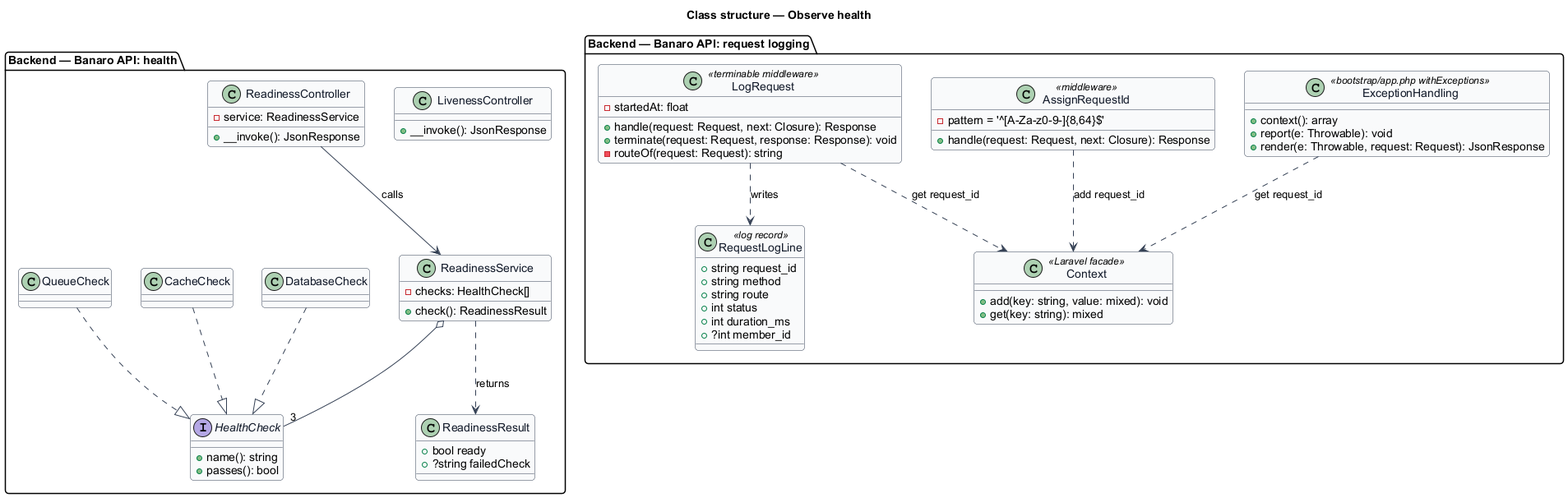
Above: docs/detailed-designs/operations/observe-health/diagrams/class-structure.png in QuinntyneBrown/banaro (PlantUML), before the change. The source it was exported from:
```plantuml
@startuml
skinparam backgroundColor #FFFFFF
skinparam shadowing false
skinparam roundcorner 8
skinparam defaultFontName Arial
skinparam ArrowColor #344054
skinparam class {
  BorderColor #344054
  FontColor #101828
  BackgroundColor #F9FAFB
}
title Class structure — Observe health

package "Backend — Banaro API: health" {
  class LivenessController {
    +__invoke(): JsonResponse
  }
  class ReadinessController {
    -service: ReadinessService
    +__invoke(): JsonResponse
  }
  class ReadinessService {
    -checks: HealthCheck[]
    +check(): ReadinessResult
  }
  class ReadinessResult {
    +bool ready
    +?string failedCheck
  }
  interface HealthCheck {
    +name(): string
    +passes(): bool
  }
  class DatabaseCheck
  class CacheCheck
  class QueueCheck
}

package "Backend — Banaro API: request logging" {
  class AssignRequestId <<middleware>> {
    -pattern = '^[A-Za-z0-9-]{8,64}$'
    +handle(request: Request, next: Closure): Response
  }
  class LogRequest <<terminable middleware>> {
    -startedAt: float
    +handle(request: Request, next: Closure): Response
    +terminate(request: Request, response: Response): void
    -routeOf(request: Request): string
  }
  class RequestLogLine <<log record>> {
    +string request_id
    +string method
    +string route
    +int status
    +int duration_ms
    +?int member_id
  }
  class ExceptionHandling <<bootstrap/app.php withExceptions>> {
    +context(): array
    +report(e: Throwable): void
    +render(e: Throwable, request: Request): JsonResponse
  }
  class Context <<Laravel facade>> {
    +add(key: string, value: mixed): void
    +get(key: string): mixed
  }
}

ReadinessController --> ReadinessService : calls
ReadinessService ..> ReadinessResult : returns
ReadinessService o-- "3" HealthCheck
DatabaseCheck ..|> HealthCheck
CacheCheck ..|> HealthCheck
QueueCheck ..|> HealthCheck
AssignRequestId ..> Context : add request_id
LogRequest ..> Context : get request_id
LogRequest ..> RequestLogLine : writes
ExceptionHandling ..> Context : get request_id
@enduml
```
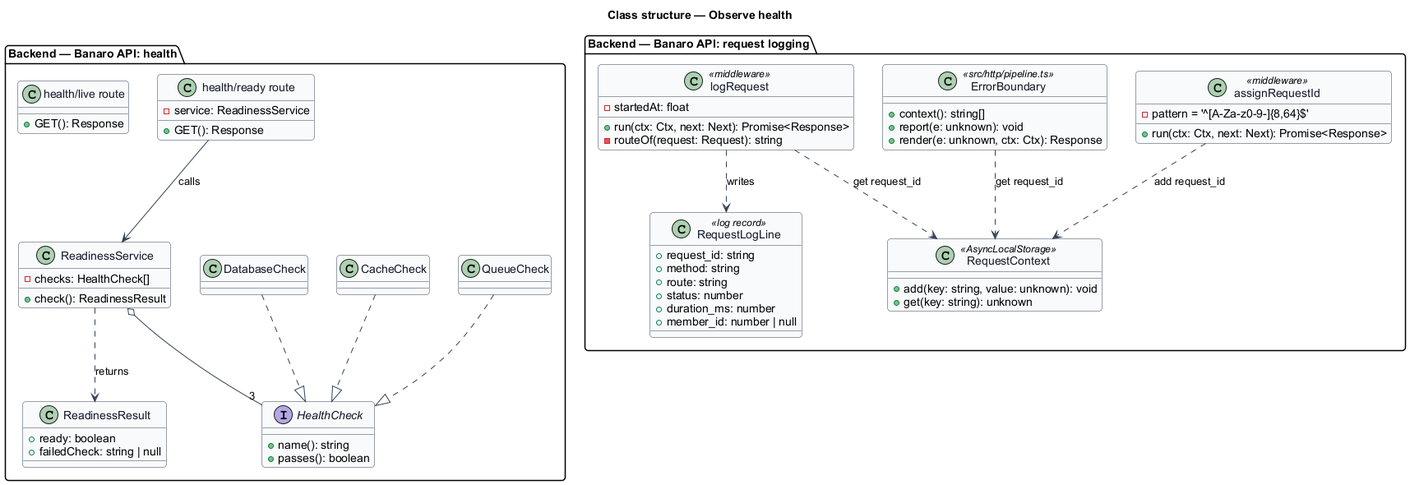
Later version of the same file.

What changed in the source:
```diff
@@ -12,24 +12,24 @@
 title Class structure — Observe health
 
 package "Backend — Banaro API: health" {
-  class LivenessController {
-    +__invoke(): JsonResponse
+  class "health/live route" as LiveRoute {
+    +GET(): Response
   }
-  class ReadinessController {
+  class "health/ready route" as ReadyRoute {
     -service: ReadinessService
-    +__invoke(): JsonResponse
+    +GET(): Response
   }
   class ReadinessService {
     -checks: HealthCheck[]
     +check(): ReadinessResult
   }
   class ReadinessResult {
-    +bool ready
-    +?string failedCheck
+    +ready: boolean
+    +failedCheck: string | null
   }
   interface HealthCheck {
     +name(): string
-    +passes(): bool
+    +passes(): boolean
   }
   class DatabaseCheck
   class CacheCheck
@@ -37,43 +37,42 @@
 }
 
 package "Backend — Banaro API: request logging" {
-  class AssignRequestId <<middleware>> {
+  class assignRequestId <<middleware>> {
     -pattern = '^[A-Za-z0-9-]{8,64}$'
-    +handle(request: Request, next: Closure): Response
+    +run(ctx: Ctx, next: Next): Promise<Response>
   }
-  class LogRequest <<terminable middleware>> {
+  class logRequest <<middleware>> {
     -startedAt: float
-    +handle(request: Request, next: Closure): Response
-    +terminate(request: Request, response: Response): void
+    +run(ctx: Ctx, next: Next): Promise<Response>
     -routeOf(request: Request): string
   }
   class RequestLogLine <<log record>> {
-    +string request_id
-    +string method
-    +string route
-    +int status
-    +int duration_ms
-    +?int member_id
+    +request_id: string
+    +method: string
+    +route: string
+    +status: number
+    +duration_ms: number
+    +member_id: number | null
   }
-  class ExceptionHandling <<bootstrap/app.php withExceptions>> {
-    +context(): array
-    +report(e: Throwable): void
-    +render(e: Throwable, request: Request): JsonResponse
+  class ErrorBoundary <<src/http/pipeline.ts>> {
+    +context(): string[]
+    +report(e: unknown): void
+    +render(e: unknown, ctx: Ctx): Response
   }
-  class Context <<Laravel facade>> {
-    +add(key: string, value: mixed): void
-    +get(key: string): mixed
+  class RequestContext <<AsyncLocalStorage>> {
+    +add(key: string, value: unknown): void
+    +get(key: string): unknown
   }
 }
 
-ReadinessController --> ReadinessService : calls
+ReadyRoute --> ReadinessService : calls
 ReadinessService ..> ReadinessResult : returns
 ReadinessService o-- "3" HealthCheck
 DatabaseCheck ..|> HealthCheck
 CacheCheck ..|> HealthCheck
 QueueCheck ..|> HealthCheck
-AssignRequestId ..> Context : add request_id
-LogRequest ..> Context : get request_id
-LogRequest ..> RequestLogLine : writes
-ExceptionHandling ..> Context : get request_id
+assignRequestId ..> RequestContext : add request_id
+logRequest ..> RequestContext : get request_id
+logRequest ..> RequestLogLine : writes
+ErrorBoundary ..> RequestContext : get request_id
 @enduml
```
